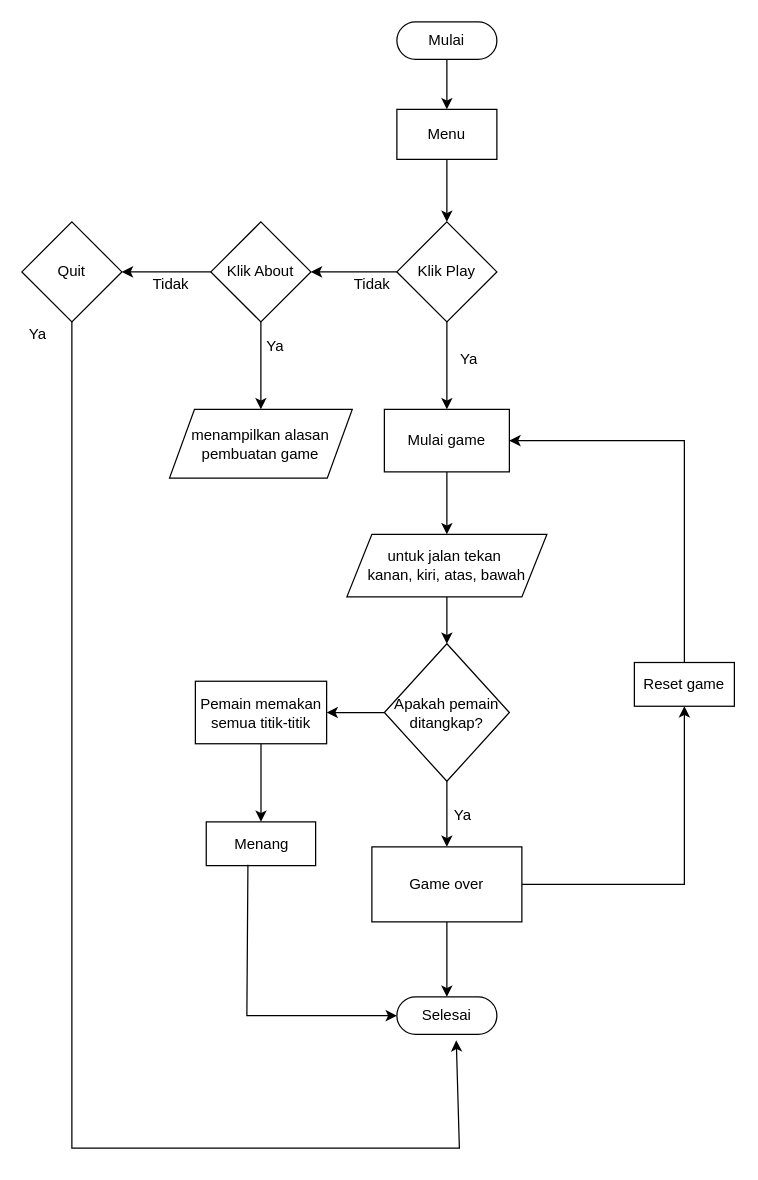
Earlier version of the draw.io diagram page "Halaman-1" (1 of 8) of Diagram Tanpa Judul.drawio (NesyaAllysaPutri/tutorNesya). Source tidied: cells renumbered, new cells numbered last; positions are measured from the earlier drawing's top-left corner, leaving out a move shared by most shapes. Both pictures are drawn from the tidied source at 125%, with x=0, y=0 at pixel (21, 21).
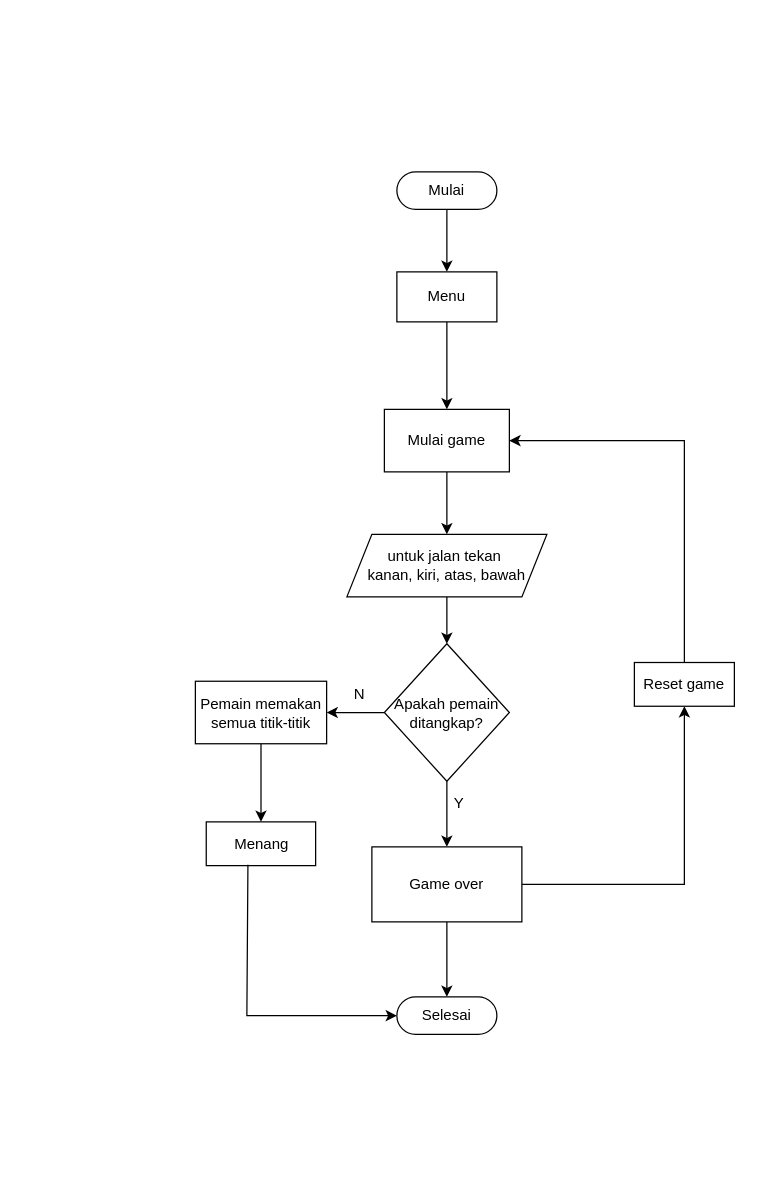
The same page after the edit.

The change refers to these unchanged cells:
```xml
<mxCell id="5" value="Mulai game" style="whiteSpace=wrap;html=1;dashed=0;" parent="1" vertex="1">
  <mxGeometry x="290" y="310" width="100" height="50" as="geometry" />
</mxCell>
<mxCell id="17" value="Selesai" style="html=1;dashed=0;whiteSpace=wrap;shape=mxgraph.dfd.start;" parent="1" vertex="1">
  <mxGeometry x="300" y="780" width="80" height="30" as="geometry" />
</mxCell>
```

What changed in the source:
```diff
@@
     <mxCell id="3" value="Mulai" style="html=1;dashed=0;whiteSpace=wrap;shape=mxgraph.dfd.start;" parent="1" vertex="1">
-      <mxGeometry x="300" width="80" height="30" as="geometry" />
+      <mxGeometry x="300" y="120" width="80" height="30" as="geometry" />
     </mxCell>
@@
-    <mxCell id="21" style="edgeStyle=orthogonalEdgeStyle;rounded=0;jettySize=auto;html=1;" parent="1" edge="1" source="22" target="23">
-      <mxGeometry relative="1" as="geometry" />
-    </mxCell>
     <mxCell id="22" value="Menu" style="whiteSpace=wrap;html=1;dashed=0;" parent="1" vertex="1">
-      <mxGeometry x="300" y="70" width="80" height="40" as="geometry" />
+      <mxGeometry x="300" y="200" width="80" height="40" as="geometry" />
     </mxCell>
-    <mxCell id="23" value="Klik Play" style="rhombus;whiteSpace=wrap;html=1;" parent="1" vertex="1">
-      <mxGeometry x="300" y="160" width="80" height="80" as="geometry" />
-    </mxCell>
-    <mxCell id="24" style="endArrow=classic;html=1;rounded=0;entryX=0.5;entryY=0;entryDx=0;entryDy=0;exitX=0.5;exitY=1;exitDx=0;exitDy=0;" parent="1" edge="1" source="23" target="5">
-      <mxGeometry relative="1" as="geometry" />
+    <mxCell id="24" style="endArrow=classic;html=1;rounded=0;entryX=0.5;entryY=0;entryDx=0;entryDy=0;exitX=0.5;exitY=1;exitDx=0;exitDy=0;" parent="1" edge="1" target="5">
+      <mxGeometry relative="1" as="geometry">
+        <mxPoint x="340" y="240" as="sourcePoint" />
+      </mxGeometry>
     </mxCell>
-    <mxCell id="25" value="Ya" style="text;strokeColor=none;fillColor=none;align=left;verticalAlign=middle;spacingLeft=4;spacingRight=4;overflow=hidden;whiteSpace=wrap;html=1;" parent="1" vertex="1">
-      <mxGeometry x="345" y="260" width="30" height="20" as="geometry" />
-    </mxCell>
-    <mxCell id="26" value="Ya" style="text;strokeColor=none;fillColor=none;align=left;verticalAlign=middle;spacingLeft=4;spacingRight=4;overflow=hidden;whiteSpace=wrap;html=1;" parent="1" vertex="1">
-      <mxGeometry x="340" y="620" width="40" height="30" as="geometry" />
+    <mxCell id="26" value="Y" style="text;strokeColor=none;fillColor=none;align=left;verticalAlign=middle;spacingLeft=4;spacingRight=4;overflow=hidden;whiteSpace=wrap;html=1;" parent="1" vertex="1">
+      <mxGeometry x="340" y="610" width="40" height="30" as="geometry" />
     </mxCell>
-    <mxCell id="27" style="endArrow=classic;html=1;rounded=0;exitX=0;exitY=0.5;exitDx=0;exitDy=0;entryX=1;entryY=0.5;entryDx=0;entryDy=0;" parent="1" edge="1" source="23" target="31">
-      <mxGeometry relative="1" as="geometry" />
-    </mxCell>
-    <mxCell id="28" value="Tidak" style="text;strokeColor=none;fillColor=none;align=left;verticalAlign=middle;spacingLeft=4;spacingRight=4;overflow=hidden;whiteSpace=wrap;html=1;" parent="1" vertex="1">
-      <mxGeometry x="260" y="200" width="40" height="20" as="geometry" />
-    </mxCell>
-    <mxCell id="29" style="edgeStyle=orthogonalEdgeStyle;rounded=0;jettySize=auto;html=1;" parent="1" edge="1" source="31" target="32">
-      <mxGeometry relative="1" as="geometry" />
-    </mxCell>
-    <mxCell id="30" style="edgeStyle=orthogonalEdgeStyle;rounded=0;jettySize=auto;html=1;" parent="1" edge="1" source="31" target="34">
-      <mxGeometry relative="1" as="geometry" />
-    </mxCell>
-    <mxCell id="31" value="Klik About" style="rhombus;whiteSpace=wrap;html=1;" parent="1" vertex="1">
-      <mxGeometry x="151.2" y="160" width="80" height="80" as="geometry" />
-    </mxCell>
-    <mxCell id="32" value="Quit" style="rhombus;whiteSpace=wrap;html=1;" parent="1" vertex="1">
-      <mxGeometry y="160" width="80" height="80" as="geometry" />
-    </mxCell>
-    <mxCell id="33" value="Tidak" style="text;strokeColor=none;fillColor=none;align=left;verticalAlign=middle;spacingLeft=4;spacingRight=4;overflow=hidden;whiteSpace=wrap;html=1;" parent="1" vertex="1">
-      <mxGeometry x="98.8" y="200" width="40" height="20" as="geometry" />
-    </mxCell>
-    <mxCell id="34" value="menampilkan alasan pembuatan game" style="shape=parallelogram;perimeter=parallelogramPerimeter;whiteSpace=wrap;html=1;fixedSize=1;" parent="1" vertex="1">
-      <mxGeometry x="118.1" y="310" width="146.2" height="55" as="geometry" />
-    </mxCell>
-    <mxCell id="35" style="endArrow=classic;html=1;rounded=0;exitX=0.5;exitY=1;exitDx=0;exitDy=0;entryX=0.594;entryY=1.159;entryDx=0;entryDy=0;entryPerimeter=0;" parent="1" edge="1" source="32" target="17">
-      <mxGeometry relative="1" as="geometry">
-        <Array as="points">
-          <mxPoint x="40" y="901" />
-          <mxPoint x="350" y="901" />
-        </Array>
-      </mxGeometry>
-    </mxCell>
-    <mxCell id="36" value="Ya" style="text;strokeColor=none;fillColor=none;align=left;verticalAlign=middle;spacingLeft=4;spacingRight=4;overflow=hidden;whiteSpace=wrap;html=1;" parent="1" vertex="1">
-      <mxGeometry y="240" width="30" height="20" as="geometry" />
-    </mxCell>
-    <mxCell id="37" value="Ya" style="text;strokeColor=none;fillColor=none;align=left;verticalAlign=middle;spacingLeft=4;spacingRight=4;overflow=hidden;whiteSpace=wrap;html=1;" parent="1" vertex="1">
-      <mxGeometry x="190" y="250" width="30" height="20" as="geometry" />
-    </mxCell>
+    <mxCell id="38" value="N" style="text;strokeColor=none;fillColor=none;align=left;verticalAlign=middle;spacingLeft=4;spacingRight=4;overflow=hidden;whiteSpace=wrap;html=1;" parent="1" vertex="1">
+      <mxGeometry x="260" y="527.5" width="40" height="20" as="geometry" />
+    </mxCell>
```
